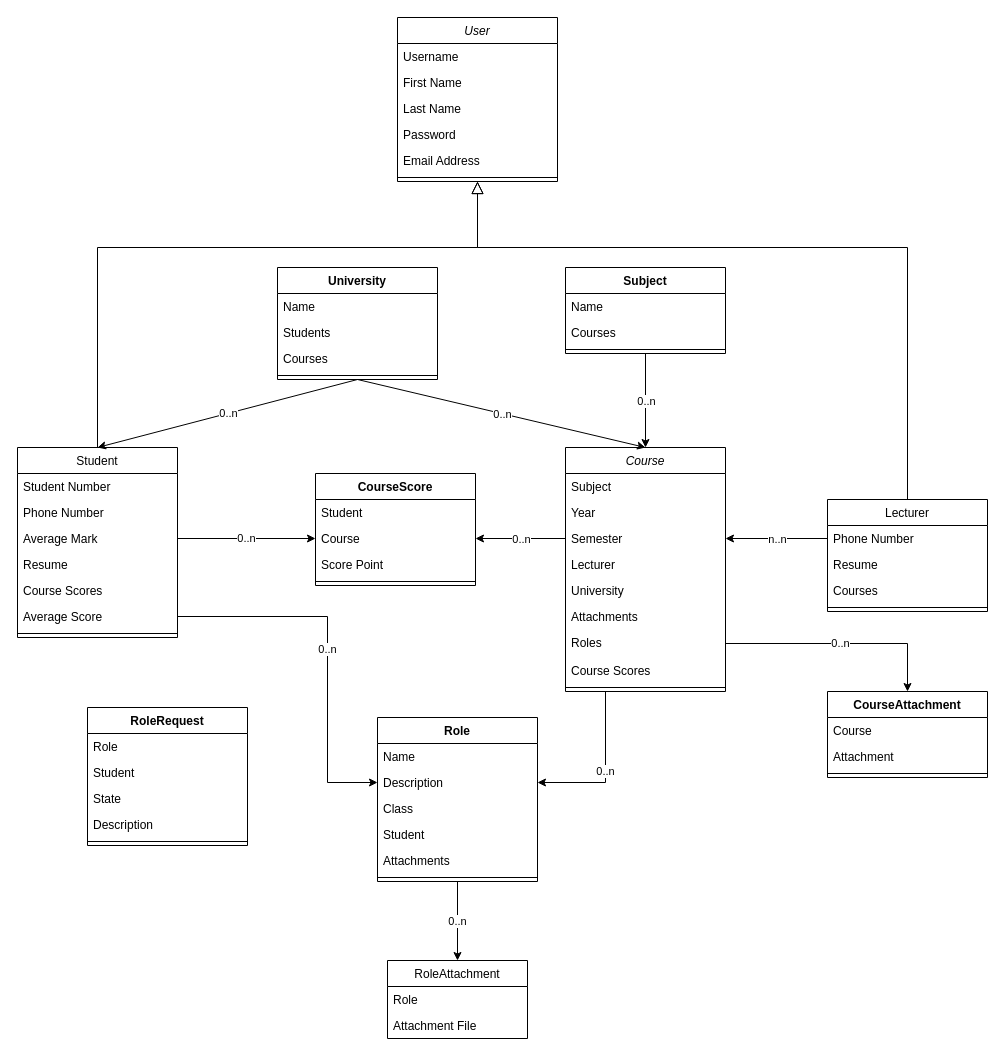
Earlier version of the draw.io diagram material/class_diagram.drawio (RuhollahSeka/TA_System). Source tidied: cells renumbered, new cells numbered last; positions are measured from the earlier drawing's top-left corner, leaving out a move shared by most shapes. Both pictures are drawn from the tidied source at 100%, with x=0, y=0 at pixel (17, 17).
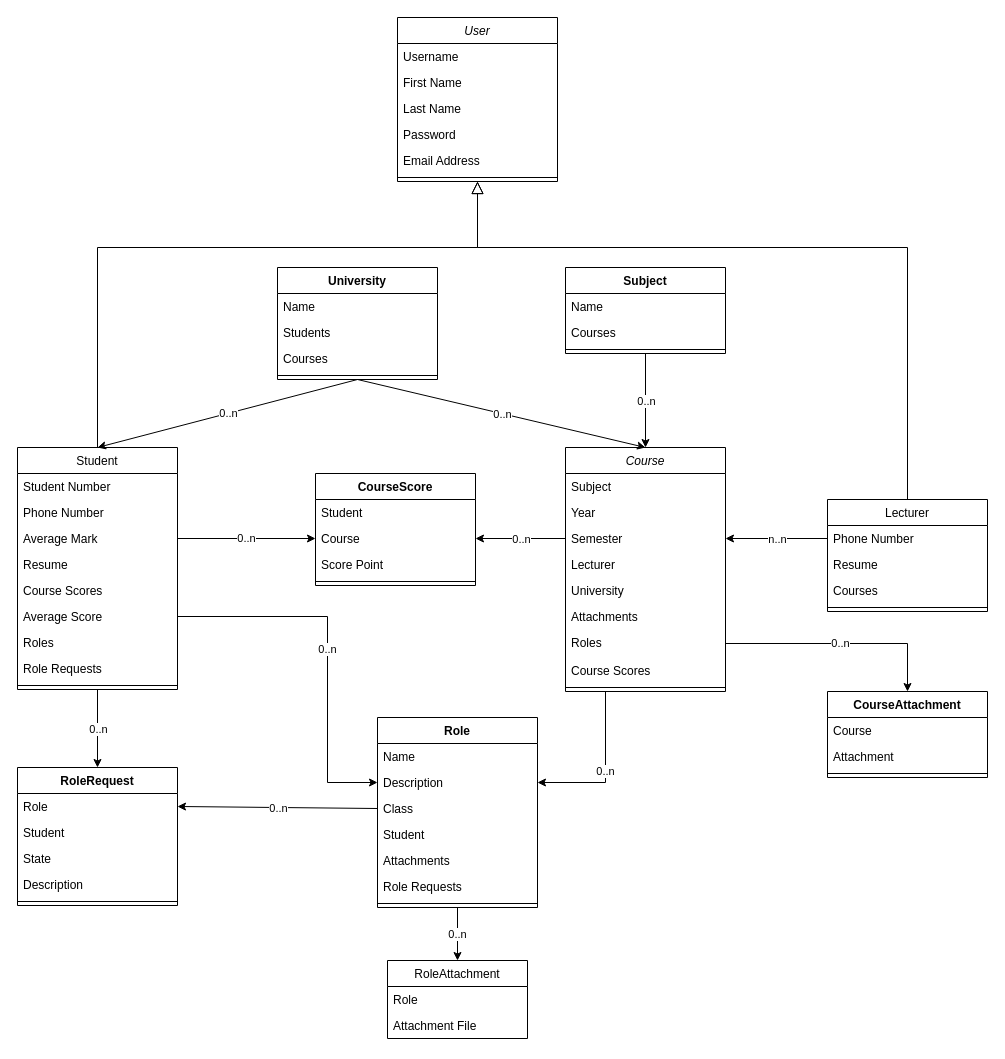
Above is the later version.

The change refers to these unchanged cells:
```xml
<mxCell id="69" value="Class" style="text;strokeColor=none;fillColor=none;align=left;verticalAlign=top;spacingLeft=4;spacingRight=4;overflow=hidden;points=[[0,0.5],[1,0.5]];portConstraint=eastwest;" parent="66" vertex="1">
  <mxGeometry y="78" width="160" height="26" as="geometry" />
</mxCell>
<mxCell id="78" value="Role" style="text;strokeColor=none;fillColor=none;align=left;verticalAlign=top;spacingLeft=4;spacingRight=4;overflow=hidden;points=[[0,0.5],[1,0.5]];portConstraint=eastwest;" parent="77" vertex="1">
  <mxGeometry y="26" width="160" height="26" as="geometry" />
</mxCell>
```

What changed in the source:
```diff
@@
     <mxCell id="9" value="Student" style="swimlane;fontStyle=0;align=center;verticalAlign=top;horizontal=1;startSize=26;rounded=0;shadow=0;strokeWidth=1;" parent="1" vertex="1">
-      <mxGeometry y="430" width="160" height="190" as="geometry" />
+      <mxGeometry y="430" width="160" height="242" as="geometry" />
     </mxCell>
@@
+    <mxCell id="83" value="Roles" style="text;strokeColor=none;fillColor=none;align=left;verticalAlign=top;spacingLeft=4;spacingRight=4;overflow=hidden;" parent="9" vertex="1">
+      <mxGeometry y="182" width="160" height="26" as="geometry" />
+    </mxCell>
+    <mxCell id="84" value="Role Requests" style="text;strokeColor=none;fillColor=none;align=left;verticalAlign=top;spacingLeft=4;spacingRight=4;overflow=hidden;" parent="9" vertex="1">
+      <mxGeometry y="208" width="160" height="26" as="geometry" />
+    </mxCell>
     <mxCell id="16" style="line;html=1;strokeWidth=1;align=left;verticalAlign=middle;spacingTop=-1;spacingLeft=3;spacingRight=3;labelPosition=right;" parent="9" vertex="1">
-      <mxGeometry y="182" width="160" height="8" as="geometry" />
+      <mxGeometry y="234" width="160" height="8" as="geometry" />
     </mxCell>
@@
     <mxCell id="66" value="Role" style="swimlane;fontStyle=1;align=center;verticalAlign=top;horizontal=1;startSize=26;" parent="1" vertex="1">
-      <mxGeometry x="360" y="700" width="160" height="164" as="geometry" />
+      <mxGeometry x="360" y="700" width="160" height="190" as="geometry" />
     </mxCell>
@@
+    <mxCell id="85" value="Role Requests" style="text;strokeColor=none;fillColor=none;align=left;verticalAlign=top;spacingLeft=4;spacingRight=4;overflow=hidden;" parent="66" vertex="1">
+      <mxGeometry y="156" width="160" height="26" as="geometry" />
+    </mxCell>
     <mxCell id="72" style="line;strokeWidth=1;fillColor=none;align=left;verticalAlign=middle;spacingTop=-1;spacingLeft=3;spacingRight=3;labelPosition=right;" parent="66" vertex="1">
-      <mxGeometry y="156" width="160" height="8" as="geometry" />
+      <mxGeometry y="182" width="160" height="8" as="geometry" />
     </mxCell>
@@
     <mxCell id="77" value="RoleRequest" style="swimlane;fontStyle=1;align=center;verticalAlign=top;horizontal=1;startSize=26;" parent="1" vertex="1">
-      <mxGeometry x="70" y="690" width="160" height="138" as="geometry" />
+      <mxGeometry y="750" width="160" height="138" as="geometry" />
     </mxCell>
@@
+    <mxCell id="86" style="endArrow=classic;html=1;exitX=0.5;exitY=1;exitDx=0;exitDy=0;entryX=0.5;entryY=0;entryDx=0;entryDy=0;" parent="1" edge="1" source="9" target="77">
+      <mxGeometry relative="1" as="geometry" />
+    </mxCell>
+    <mxCell id="87" value="0..n" style="edgeLabel;html=1;align=center;verticalAlign=middle;" parent="86" vertex="1">
+      <mxGeometry relative="1" as="geometry" />
+    </mxCell>
+    <mxCell id="88" style="endArrow=classic;html=1;exitX=0;exitY=0.5;exitDx=0;exitDy=0;entryX=1;entryY=0.5;entryDx=0;entryDy=0;" parent="1" edge="1" source="69" target="78">
+      <mxGeometry relative="1" as="geometry" />
+    </mxCell>
+    <mxCell id="89" value="0..n" style="edgeLabel;html=1;align=center;verticalAlign=middle;" parent="88" vertex="1">
+      <mxGeometry relative="1" as="geometry" />
+    </mxCell>
```
